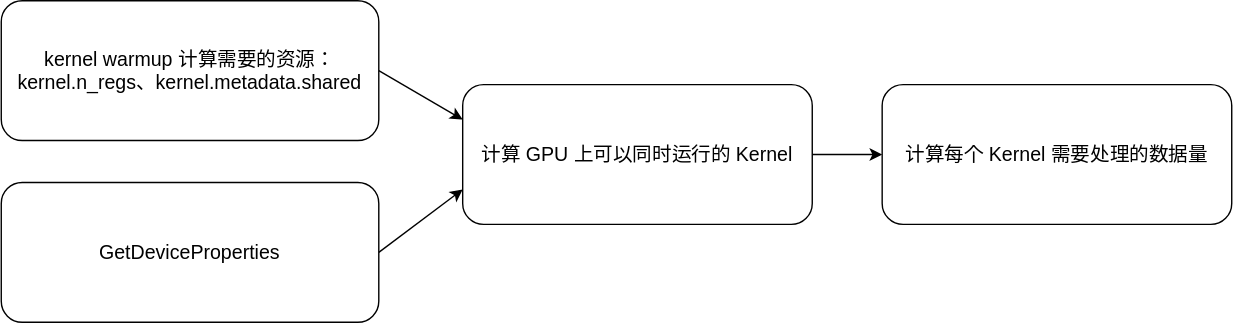
This is triton/assets/fused-softmax_opt-num-programs.drawio.svg from awmthink/model-deployment, a draw.io export, as it was before one commit. Source tidied: cells renumbered, new cells last; positions are measured from the earlier drawing's top-left corner, leaving out a move shared by most shapes. Its diagram source:
```xml
<mxGraphModel>
  <root>
    <mxCell id="0" />
    <mxCell id="1" parent="0" />
    <mxCell id="2" style="edgeStyle=none;html=1;exitX=1;exitY=0.5;exitDx=0;exitDy=0;entryX=0;entryY=0.25;entryDx=0;entryDy=0;fontSize=14;" parent="1" edge="1" source="3" target="7">
      <mxGeometry relative="1" as="geometry" />
    </mxCell>
    <mxCell id="3" value="&lt;font style=&quot;font-size: 14px;&quot;&gt;kernel warmup 计算需要的资源：&lt;br&gt;kernel.n_regs、kernel.metadata.shared&lt;/font&gt;" style="rounded=1;whiteSpace=wrap;html=1;" parent="1" vertex="1">
      <mxGeometry width="270" height="100" as="geometry" />
    </mxCell>
    <mxCell id="4" style="edgeStyle=none;html=1;exitX=1;exitY=0.5;exitDx=0;exitDy=0;entryX=0;entryY=0.75;entryDx=0;entryDy=0;fontSize=14;" parent="1" edge="1" source="5" target="7">
      <mxGeometry relative="1" as="geometry" />
    </mxCell>
    <mxCell id="5" value="&lt;span style=&quot;font-size: 14px;&quot;&gt;GetDeviceProperties&lt;/span&gt;" style="rounded=1;whiteSpace=wrap;html=1;" parent="1" vertex="1">
      <mxGeometry y="130" width="270" height="100" as="geometry" />
    </mxCell>
    <mxCell id="6" style="edgeStyle=none;html=1;exitX=1;exitY=0.5;exitDx=0;exitDy=0;entryX=0;entryY=0.5;entryDx=0;entryDy=0;fontSize=14;" parent="1" edge="1" source="7" target="8">
      <mxGeometry relative="1" as="geometry" />
    </mxCell>
    <mxCell id="7" value="&lt;span style=&quot;font-size: 14px;&quot;&gt;计算 GPU 上可以同时运行的 Kernel&lt;/span&gt;" style="rounded=1;whiteSpace=wrap;html=1;" parent="1" vertex="1">
      <mxGeometry x="330" y="60" width="250" height="100" as="geometry" />
    </mxCell>
    <mxCell id="8" value="&lt;span style=&quot;font-size: 14px;&quot;&gt;计算每个 Kernel 需要处理的数据量&lt;/span&gt;" style="rounded=1;whiteSpace=wrap;html=1;" parent="1" vertex="1">
      <mxGeometry x="630" y="60" width="250" height="100" as="geometry" />
    </mxCell>
  </root>
</mxGraphModel>
```
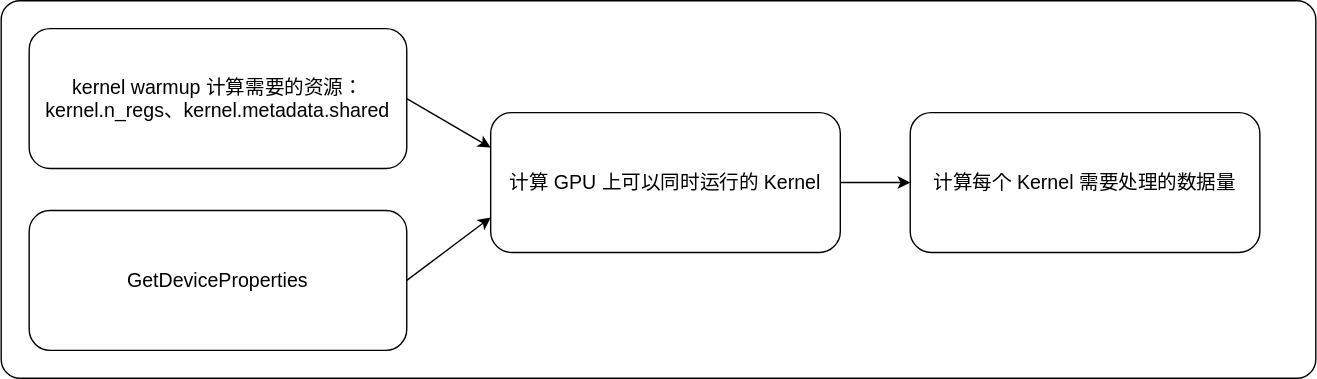
Later version of the same file.

Diff of the diagram source:
```diff
@@ -2,6 +2,9 @@
   <root>
     <mxCell id="0" />
     <mxCell id="1" parent="0" />
+    <mxCell id="9" style="rounded=1;whiteSpace=wrap;html=1;arcSize=5;" parent="1" vertex="1">
+      <mxGeometry x="-20" y="-20" width="940" height="270" as="geometry" />
+    </mxCell>
     <mxCell id="2" style="edgeStyle=none;html=1;exitX=1;exitY=0.5;exitDx=0;exitDy=0;entryX=0;entryY=0.25;entryDx=0;entryDy=0;fontSize=14;" parent="1" edge="1" source="3" target="7">
       <mxGeometry relative="1" as="geometry" />
     </mxCell>
```
